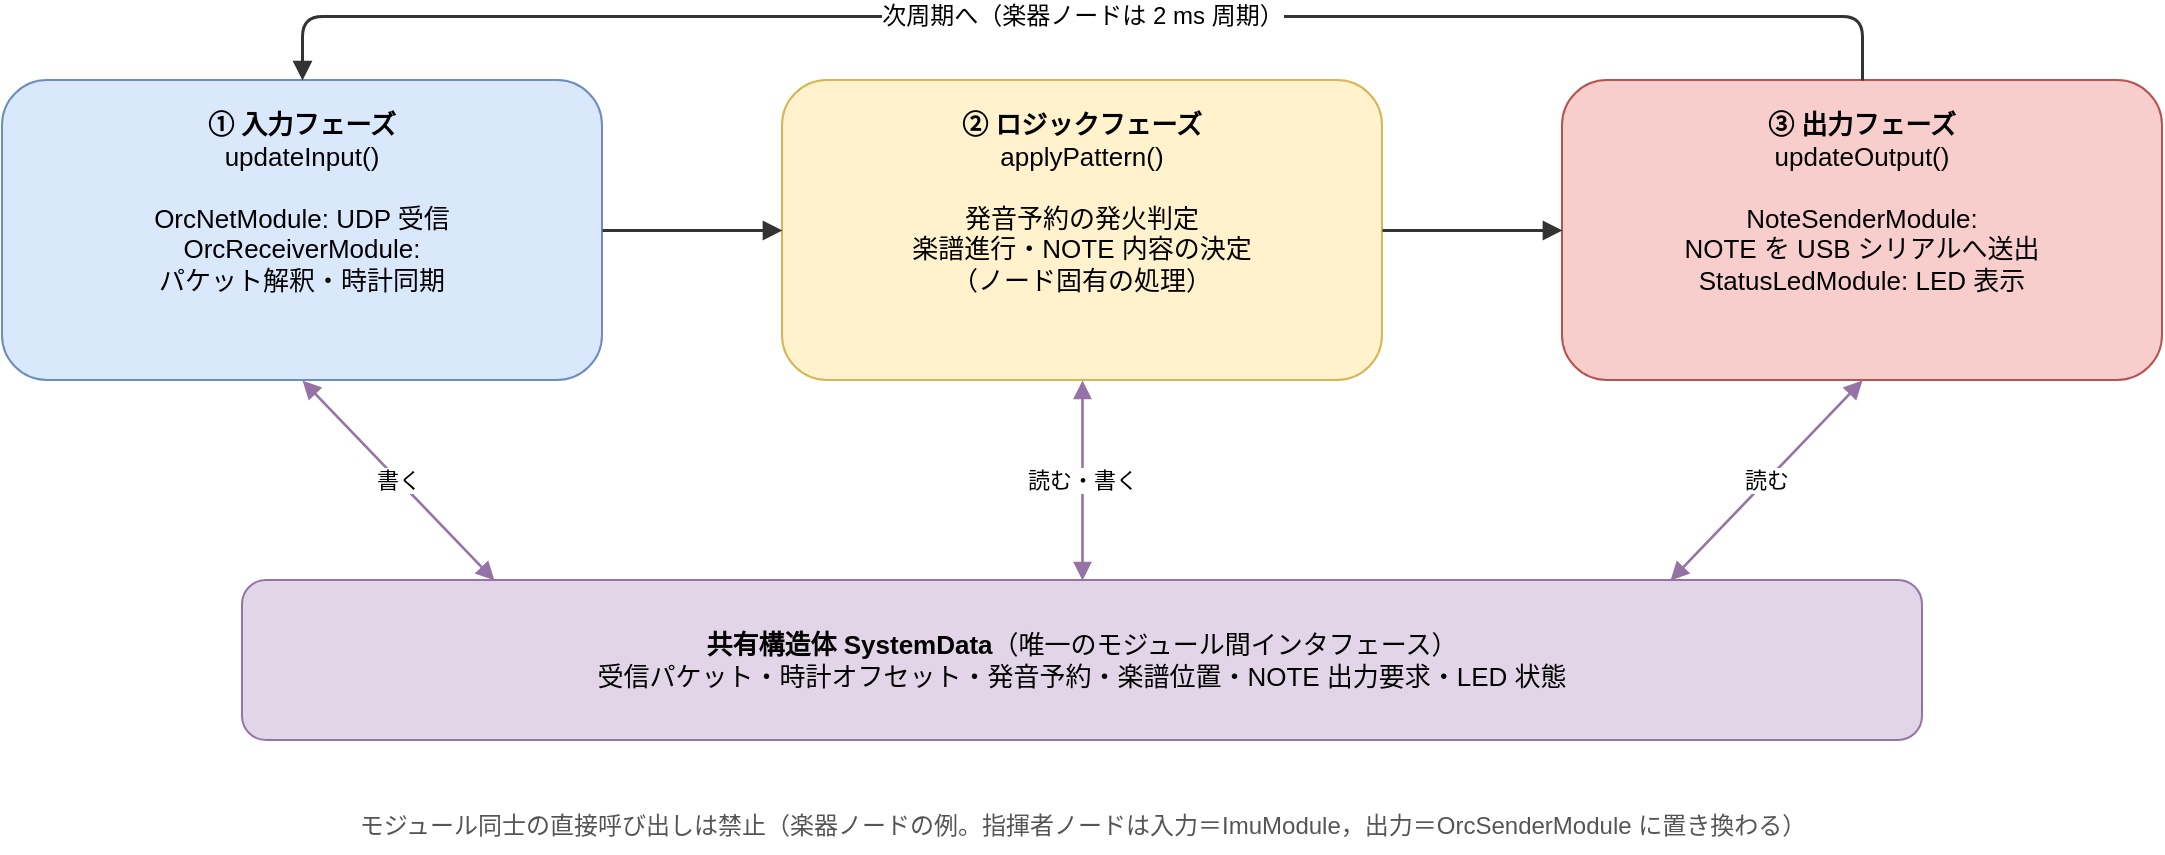
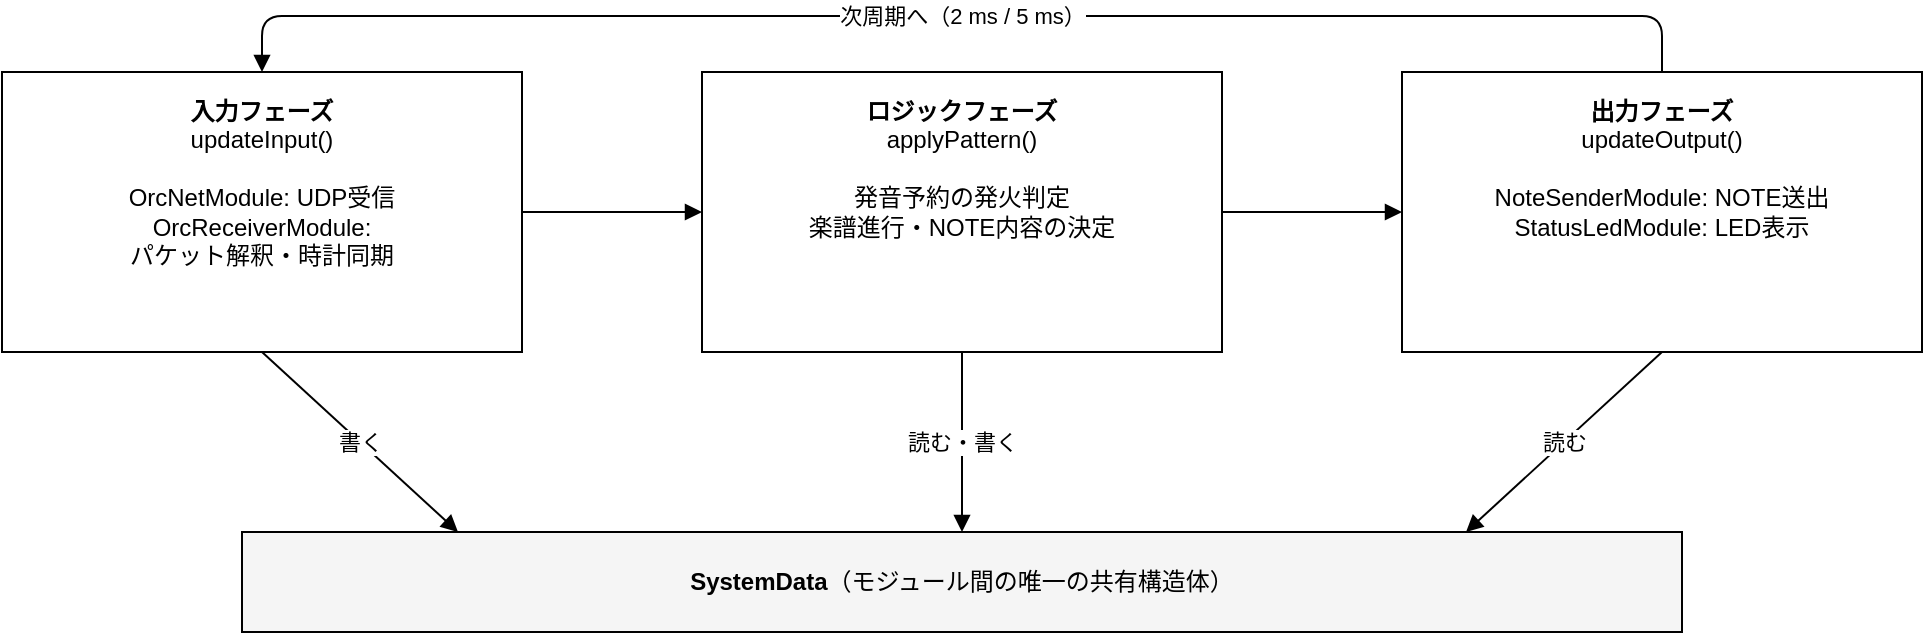
<mxfile host="Claude">
  <diagram id="ema-module" name="EMA 3フェーズ構成">
-     <mxGraphModel dx="1200" dy="480" grid="0" gridSize="10" guides="1" tooltips="1" connect="1" arrows="1" fold="1" page="1" pageScale="1" pageWidth="1200" pageHeight="480" math="0" shadow="0">
+     <mxGraphModel dx="1060" dy="400" grid="0" gridSize="10" guides="1" tooltips="1" connect="1" arrows="1" fold="1" page="1" pageScale="1" pageWidth="1060" pageHeight="400" math="0" shadow="0">
      <root>
        <mxCell id="0"/>
        <mxCell id="1" parent="0"/>
-         <!-- 3フェーズ -->
-         <mxCell id="ph1" value="&lt;b&gt;① 入力フェーズ&lt;/b&gt;&lt;br&gt;updateInput()&lt;br&gt;&lt;br&gt;OrcNetModule: UDP 受信&lt;br&gt;OrcReceiverModule:&lt;br&gt;パケット解釈・時計同期" style="rounded=1;whiteSpace=wrap;html=1;fillColor=#DAE8FC;strokeColor=#6C8EBF;fontSize=13;verticalAlign=top;spacingTop=8;" vertex="1" parent="1"><mxGeometry x="60" y="60" width="300" height="150" as="geometry"/></mxCell>
-         <mxCell id="ph2" value="&lt;b&gt;② ロジックフェーズ&lt;/b&gt;&lt;br&gt;applyPattern()&lt;br&gt;&lt;br&gt;発音予約の発火判定&lt;br&gt;楽譜進行・NOTE 内容の決定&lt;br&gt;（ノード固有の処理）" style="rounded=1;whiteSpace=wrap;html=1;fillColor=#FFF2CC;strokeColor=#D6B656;fontSize=13;verticalAlign=top;spacingTop=8;" vertex="1" parent="1"><mxGeometry x="450" y="60" width="300" height="150" as="geometry"/></mxCell>
-         <mxCell id="ph3" value="&lt;b&gt;③ 出力フェーズ&lt;/b&gt;&lt;br&gt;updateOutput()&lt;br&gt;&lt;br&gt;NoteSenderModule:&lt;br&gt;NOTE を USB シリアルへ送出&lt;br&gt;StatusLedModule: LED 表示" style="rounded=1;whiteSpace=wrap;html=1;fillColor=#F8CECC;strokeColor=#B85450;fontSize=13;verticalAlign=top;spacingTop=8;" vertex="1" parent="1"><mxGeometry x="840" y="60" width="300" height="150" as="geometry"/></mxCell>
-         <!-- フェーズ間矢印 -->
-         <mxCell id="e12" style="endArrow=block;html=1;strokeColor=#333333;strokeWidth=1.5;exitX=1;exitY=0.5;entryX=0;entryY=0.5;" edge="1" parent="1" source="ph1" target="ph2"><mxGeometry relative="1" as="geometry"/></mxCell>
-         <mxCell id="e23" style="endArrow=block;html=1;strokeColor=#333333;strokeWidth=1.5;exitX=1;exitY=0.5;entryX=0;entryY=0.5;" edge="1" parent="1" source="ph2" target="ph3"><mxGeometry relative="1" as="geometry"/></mxCell>
-         <!-- ループ矢印 -->
-         <mxCell id="eloop" value="次周期へ（楽器ノードは 2 ms 周期）" style="endArrow=block;html=1;strokeColor=#333333;strokeWidth=1.5;fontSize=12;exitX=0.5;exitY=0;entryX=0.5;entryY=0;curved=0;edgeStyle=orthogonalEdgeStyle;" edge="1" parent="1" source="ph3" target="ph1"><mxGeometry relative="1" as="geometry"><Array as="points"><mxPoint x="990" y="28"/><mxPoint x="210" y="28"/></Array></mxGeometry></mxCell>
-         <!-- SystemData -->
-         <mxCell id="sd" value="&lt;b&gt;共有構造体 SystemData&lt;/b&gt;（唯一のモジュール間インタフェース）&lt;br&gt;受信パケット・時計オフセット・発音予約・楽譜位置・NOTE 出力要求・LED 状態" style="rounded=1;whiteSpace=wrap;html=1;fillColor=#E1D5E7;strokeColor=#9673A6;fontSize=13;" vertex="1" parent="1"><mxGeometry x="180" y="310" width="840" height="80" as="geometry"/></mxCell>
-         <!-- 読み書き矢印 -->
-         <mxCell id="rw1" value="書く" style="endArrow=block;startArrow=block;html=1;strokeColor=#9673A6;strokeWidth=1.3;fontSize=11;exitX=0.5;exitY=1;entryX=0.15;entryY=0;" edge="1" parent="1" source="ph1" target="sd"><mxGeometry relative="1" as="geometry"/></mxCell>
-         <mxCell id="rw2" value="読む・書く" style="endArrow=block;startArrow=block;html=1;strokeColor=#9673A6;strokeWidth=1.3;fontSize=11;exitX=0.5;exitY=1;entryX=0.5;entryY=0;" edge="1" parent="1" source="ph2" target="sd"><mxGeometry relative="1" as="geometry"/></mxCell>
-         <mxCell id="rw3" value="読む" style="endArrow=block;startArrow=block;html=1;strokeColor=#9673A6;strokeWidth=1.3;fontSize=11;exitX=0.5;exitY=1;entryX=0.85;entryY=0;" edge="1" parent="1" source="ph3" target="sd"><mxGeometry relative="1" as="geometry"/></mxCell>
-         <!-- 注記 -->
-         <mxCell id="note" value="モジュール同士の直接呼び出しは禁止（楽器ノードの例。指揮者ノードは入力＝ImuModule，出力＝OrcSenderModule に置き換わる）" style="text;html=1;align=center;verticalAlign=middle;fontSize=12;fontColor=#555555;" vertex="1" parent="1"><mxGeometry x="120" y="420" width="960" height="26" as="geometry"/></mxCell>
+         <mxCell id="ph1" value="&lt;b&gt;入力フェーズ&lt;/b&gt;&lt;br&gt;updateInput()&lt;br&gt;&lt;br&gt;OrcNetModule: UDP受信&lt;br&gt;OrcReceiverModule:&lt;br&gt;パケット解釈・時計同期" style="whiteSpace=wrap;html=1;fillColor=#FFFFFF;strokeColor=#000000;fontSize=12;verticalAlign=top;spacingTop=6;" vertex="1" parent="1"><mxGeometry x="40" y="50" width="260" height="140" as="geometry"/></mxCell>
+         <mxCell id="ph2" value="&lt;b&gt;ロジックフェーズ&lt;/b&gt;&lt;br&gt;applyPattern()&lt;br&gt;&lt;br&gt;発音予約の発火判定&lt;br&gt;楽譜進行・NOTE内容の決定" style="whiteSpace=wrap;html=1;fillColor=#FFFFFF;strokeColor=#000000;fontSize=12;verticalAlign=top;spacingTop=6;" vertex="1" parent="1"><mxGeometry x="390" y="50" width="260" height="140" as="geometry"/></mxCell>
+         <mxCell id="ph3" value="&lt;b&gt;出力フェーズ&lt;/b&gt;&lt;br&gt;updateOutput()&lt;br&gt;&lt;br&gt;NoteSenderModule: NOTE送出&lt;br&gt;StatusLedModule: LED表示" style="whiteSpace=wrap;html=1;fillColor=#FFFFFF;strokeColor=#000000;fontSize=12;verticalAlign=top;spacingTop=6;" vertex="1" parent="1"><mxGeometry x="740" y="50" width="260" height="140" as="geometry"/></mxCell>
+         <mxCell id="e12" style="endArrow=block;endFill=1;html=1;strokeColor=#000000;strokeWidth=1;exitX=1;exitY=0.5;entryX=0;entryY=0.5;" edge="1" parent="1" source="ph1" target="ph2"><mxGeometry relative="1" as="geometry"/></mxCell>
+         <mxCell id="e23" style="endArrow=block;endFill=1;html=1;strokeColor=#000000;strokeWidth=1;exitX=1;exitY=0.5;entryX=0;entryY=0.5;" edge="1" parent="1" source="ph2" target="ph3"><mxGeometry relative="1" as="geometry"/></mxCell>
+         <mxCell id="eloop" value="次周期へ（2 ms / 5 ms）" style="endArrow=block;endFill=1;html=1;strokeColor=#000000;strokeWidth=1;fontSize=11;exitX=0.5;exitY=0;entryX=0.5;entryY=0;edgeStyle=orthogonalEdgeStyle;" edge="1" parent="1" source="ph3" target="ph1"><mxGeometry relative="1" as="geometry"><Array as="points"><mxPoint x="870" y="22"/><mxPoint x="170" y="22"/></Array></mxGeometry></mxCell>
+         <mxCell id="sd" value="&lt;b&gt;SystemData&lt;/b&gt;（モジュール間の唯一の共有構造体）" style="whiteSpace=wrap;html=1;fillColor=#F5F5F5;strokeColor=#000000;fontSize=12;" vertex="1" parent="1"><mxGeometry x="160" y="280" width="720" height="50" as="geometry"/></mxCell>
+         <mxCell id="rw1" value="書く" style="endArrow=block;endFill=1;html=1;strokeColor=#000000;strokeWidth=1;fontSize=11;exitX=0.5;exitY=1;entryX=0.15;entryY=0;" edge="1" parent="1" source="ph1" target="sd"><mxGeometry relative="1" as="geometry"/></mxCell>
+         <mxCell id="rw2" value="読む・書く" style="endArrow=block;endFill=1;html=1;strokeColor=#000000;strokeWidth=1;fontSize=11;exitX=0.5;exitY=1;entryX=0.5;entryY=0;" edge="1" parent="1" source="ph2" target="sd"><mxGeometry relative="1" as="geometry"/></mxCell>
+         <mxCell id="rw3" value="読む" style="endArrow=block;endFill=1;html=1;strokeColor=#000000;strokeWidth=1;fontSize=11;exitX=0.5;exitY=1;entryX=0.85;entryY=0;" edge="1" parent="1" source="ph3" target="sd"><mxGeometry relative="1" as="geometry"/></mxCell>
      </root>
    </mxGraphModel>
  </diagram>
</mxfile>
